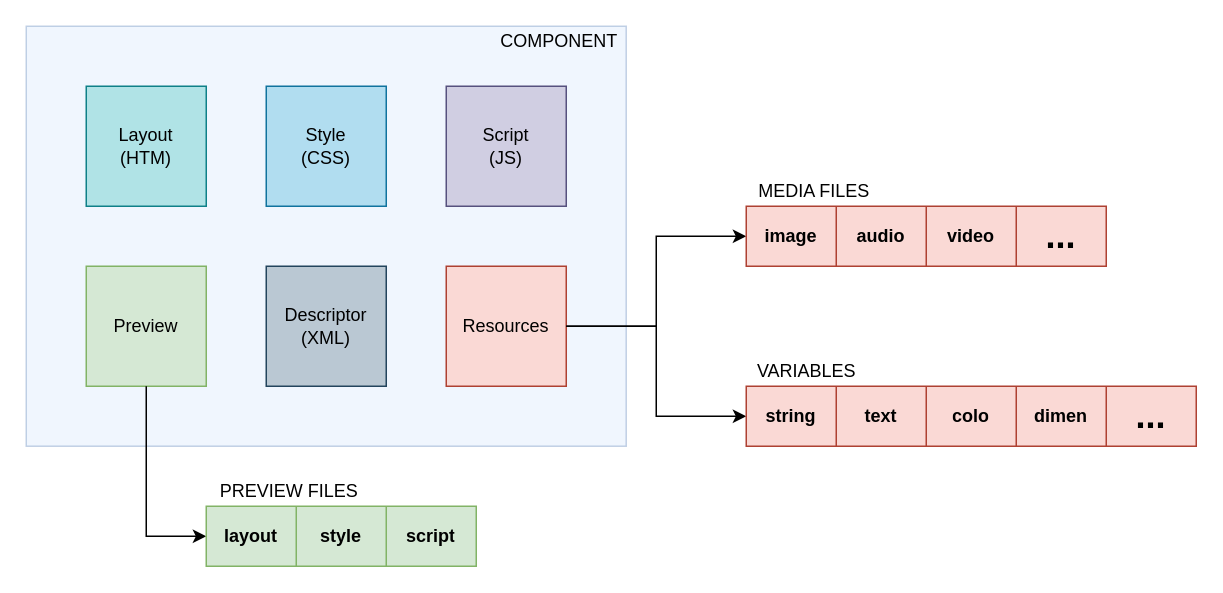
Above: page "Component Structure" (4 of 16) of doc/model/diagrams.drawio in js-lib-com/wood (draw.io), before the change. Source tidied: cells renumbered, new cells numbered last; positions are measured from the earlier drawing's top-left corner, leaving out a move shared by most shapes. Both pictures are drawn from the tidied source at 150%, with x=0, y=0 at pixel (26, 26).
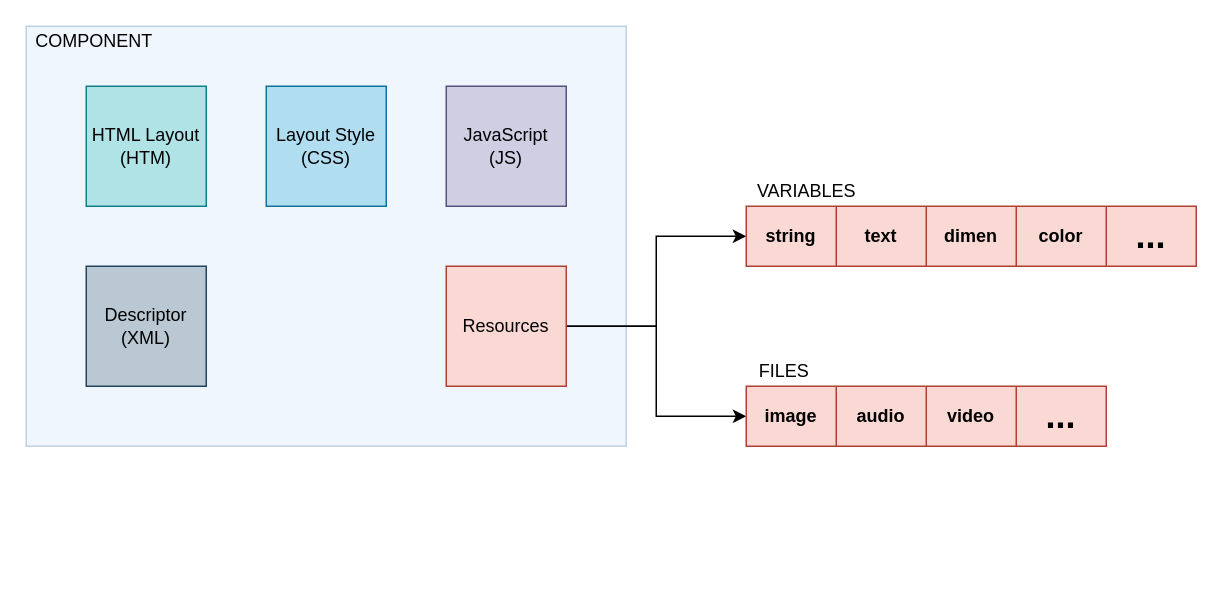
Above is the later version.

The change refers to these unchanged cells:
```xml
<mxCell id="2" style="rounded=0;whiteSpace=wrap;html=1;fontSize=12;opacity=40;fillColor=#dae8fc;strokeColor=#6c8ebf;" parent="1" vertex="1">
  <mxGeometry width="400" height="280" as="geometry" />
</mxCell>
<mxCell id="14" style="shape=partialRectangle;html=1;whiteSpace=wrap;fillColor=none;top=0;left=0;bottom=0;right=0;points=[[0,0.5],[1,0.5]];portConstraint=eastwest;fontStyle=1;" parent="13" vertex="1">
  <mxGeometry width="300" height="40" as="geometry" />
</mxCell>
```

Change to the diagram source:
```diff
@@
+    <mxCell id="10" style="edgeStyle=orthogonalEdgeStyle;rounded=0;jettySize=auto;html=1;entryX=0;entryY=0.5;entryDx=0;entryDy=0;startArrow=none;startFill=0;startSize=10;fontSize=12;exitX=1;exitY=0.5;exitDx=0;exitDy=0;" parent="1" edge="1" source="7" target="24">
+      <mxGeometry relative="1" as="geometry" />
+    </mxCell>
+    <mxCell id="11" style="edgeStyle=orthogonalEdgeStyle;rounded=0;jettySize=auto;html=1;entryX=0;entryY=0.5;entryDx=0;entryDy=0;startArrow=none;startFill=0;startSize=10;fontSize=12;" parent="1" edge="1" source="7" target="14">
+      <mxGeometry relative="1" as="geometry" />
+    </mxCell>
-    <mxCell id="3" value="Layout&lt;br&gt;(HTM)" style="whiteSpace=wrap;html=1;fontSize=12;fillColor=#b0e3e6;strokeColor=#0e8088;" parent="2" vertex="1">
+    <mxCell id="3" value="HTML Layout&lt;br&gt;(HTM)" style="whiteSpace=wrap;html=1;fontSize=12;fillColor=#b0e3e6;strokeColor=#0e8088;" parent="1" vertex="1">
       <mxGeometry x="40" y="40" width="80" height="80" as="geometry" />
     </mxCell>
-    <mxCell id="4" value="Style&lt;br&gt;(CSS)" style="whiteSpace=wrap;html=1;fontSize=12;fillColor=#b1ddf0;strokeColor=#10739e;" parent="2" vertex="1">
+    <mxCell id="4" value="Layout Style&lt;br&gt;(CSS)" style="whiteSpace=wrap;html=1;fontSize=12;fillColor=#b1ddf0;strokeColor=#10739e;" parent="1" vertex="1">
       <mxGeometry x="160" y="40" width="80" height="80" as="geometry" />
     </mxCell>
-    <mxCell id="5" value="Script&lt;br&gt;(JS)" style="whiteSpace=wrap;html=1;fontSize=12;fillColor=#d0cee2;strokeColor=#56517e;" parent="2" vertex="1">
+    <mxCell id="5" value="JavaScript&lt;br&gt;(JS)" style="whiteSpace=wrap;html=1;fontSize=12;fillColor=#d0cee2;strokeColor=#56517e;" parent="1" vertex="1">
       <mxGeometry x="280" y="40" width="80" height="80" as="geometry" />
     </mxCell>
-    <mxCell id="6" value="Descriptor&lt;br&gt;(XML)" style="whiteSpace=wrap;html=1;fontSize=12;fillColor=#bac8d3;strokeColor=#23445d;" parent="2" vertex="1">
-      <mxGeometry x="160" y="160" width="80" height="80" as="geometry" />
+    <mxCell id="6" value="Descriptor&lt;br&gt;(XML)" style="whiteSpace=wrap;html=1;fontSize=12;fillColor=#bac8d3;strokeColor=#23445d;" parent="1" vertex="1">
+      <mxGeometry x="40" y="160" width="80" height="80" as="geometry" />
     </mxCell>
-    <mxCell id="7" value="Resources" style="whiteSpace=wrap;html=1;fontSize=12;fillColor=#fad9d5;strokeColor=#ae4132;" parent="2" vertex="1">
+    <mxCell id="7" value="Resources" style="whiteSpace=wrap;html=1;fontSize=12;fillColor=#fad9d5;strokeColor=#ae4132;" parent="1" vertex="1">
       <mxGeometry x="280" y="160" width="80" height="80" as="geometry" />
     </mxCell>
-    <mxCell id="8" value="COMPONENT" style="text;html=1;align=center;verticalAlign=middle;fontSize=12;" parent="2" vertex="1">
-      <mxGeometry x="310" width="90" height="20" as="geometry" />
+    <mxCell id="8" value="COMPONENT" style="text;html=1;align=center;verticalAlign=middle;fontSize=12;" parent="1" vertex="1">
+      <mxGeometry width="90" height="20" as="geometry" />
     </mxCell>
-    <mxCell id="9" value="Preview" style="whiteSpace=wrap;html=1;fontSize=12;fillColor=#d5e8d4;strokeColor=#82b366;" parent="2" vertex="1">
-      <mxGeometry x="40" y="160" width="80" height="80" as="geometry" />
-    </mxCell>
-    <mxCell id="10" style="edgeStyle=orthogonalEdgeStyle;rounded=0;jettySize=auto;html=1;entryX=0;entryY=0.5;entryDx=0;entryDy=0;startArrow=none;startFill=0;startSize=10;fontSize=12;exitX=1;exitY=0.5;exitDx=0;exitDy=0;" parent="1" edge="1" source="7" target="24">
-      <mxGeometry relative="1" as="geometry" />
-    </mxCell>
-    <mxCell id="11" style="edgeStyle=orthogonalEdgeStyle;rounded=0;jettySize=auto;html=1;entryX=0;entryY=0.5;entryDx=0;entryDy=0;startArrow=none;startFill=0;startSize=10;fontSize=12;" parent="1" edge="1" source="7" target="14">
-      <mxGeometry relative="1" as="geometry" />
-    </mxCell>
-    <mxCell id="12" style="group;" parent="1" vertex="1">
-      <mxGeometry x="480" y="220" width="300" height="60" as="geometry" />
-    </mxCell>
+    <mxCell id="23" style="shape=table;html=1;whiteSpace=wrap;startSize=0;childLayout=tableLayout;rounded=1;fillColor=#fad9d5;strokeColor=#ae4132;fontStyle=1;" parent="1" vertex="1">
+      <mxGeometry x="480" y="240" width="240" height="40" as="geometry" />
+    </mxCell>
+    <mxCell id="24" style="shape=partialRectangle;html=1;whiteSpace=wrap;fillColor=none;top=0;left=0;bottom=0;right=0;points=[[0,0.5],[1,0.5]];portConstraint=eastwest;fontStyle=1;" parent="23" vertex="1">
+      <mxGeometry width="240" height="40" as="geometry" />
+    </mxCell>
+    <mxCell id="25" value="image" style="shape=partialRectangle;html=1;whiteSpace=wrap;overflow=hidden;fillColor=none;top=0;left=0;bottom=0;right=0;fontStyle=1;" parent="24" vertex="1">
+      <mxGeometry width="60" height="40" as="geometry" />
+    </mxCell>
+    <mxCell id="26" value="audio" style="shape=partialRectangle;html=1;whiteSpace=wrap;overflow=hidden;fillColor=none;top=0;left=0;bottom=0;right=0;fontStyle=1;" parent="24" vertex="1">
+      <mxGeometry x="60" width="60" height="40" as="geometry" />
+    </mxCell>
+    <mxCell id="27" value="video" style="shape=partialRectangle;html=1;whiteSpace=wrap;overflow=hidden;fillColor=none;top=0;left=0;bottom=0;right=0;fontStyle=1;" parent="24" vertex="1">
+      <mxGeometry x="120" width="60" height="40" as="geometry" />
+    </mxCell>
+    <mxCell id="28" style="shape=partialRectangle;html=1;whiteSpace=wrap;overflow=hidden;fillColor=none;top=0;left=0;bottom=0;right=0;fontStyle=1;" parent="24" vertex="1">
+      <mxGeometry x="180" width="60" height="40" as="geometry" />
+    </mxCell>
+    <mxCell id="29" value="&lt;font style=&quot;font-size: 24px&quot;&gt;...&lt;/font&gt;" style="shape=partialRectangle;html=1;whiteSpace=wrap;overflow=hidden;fillColor=none;top=0;left=0;bottom=0;right=0;fontStyle=1;" parent="1" vertex="1">
+      <mxGeometry x="660" y="240" width="60" height="40" as="geometry" />
+    </mxCell>
+    <mxCell id="30" value="FILES" style="text;html=1;align=center;verticalAlign=middle;fontSize=12;spacing=0;" parent="1" vertex="1">
+      <mxGeometry x="480" y="220" width="50" height="20" as="geometry" />
+    </mxCell>
-    <mxCell id="13" style="shape=table;html=1;whiteSpace=wrap;startSize=0;childLayout=tableLayout;rounded=1;fillColor=#fad9d5;strokeColor=#ae4132;fontStyle=1;" parent="12" vertex="1">
-      <mxGeometry y="20" width="300" height="40" as="geometry" />
+    <mxCell id="13" style="shape=table;html=1;whiteSpace=wrap;startSize=0;childLayout=tableLayout;rounded=1;fillColor=#fad9d5;strokeColor=#ae4132;fontStyle=1;" parent="1" vertex="1">
+      <mxGeometry x="480" y="120" width="300" height="40" as="geometry" />
     </mxCell>
@@
-    <mxCell id="17" value="colo" style="shape=partialRectangle;html=1;whiteSpace=wrap;overflow=hidden;fillColor=none;top=0;left=0;bottom=0;right=0;fontStyle=1;" parent="14" vertex="1">
+    <mxCell id="17" value="dimen" style="shape=partialRectangle;html=1;whiteSpace=wrap;overflow=hidden;fillColor=none;top=0;left=0;bottom=0;right=0;fontStyle=1;" parent="14" vertex="1">
       <mxGeometry x="120" width="60" height="40" as="geometry" />
     </mxCell>
-    <mxCell id="18" value="dimen" style="shape=partialRectangle;html=1;whiteSpace=wrap;overflow=hidden;fillColor=none;top=0;left=0;bottom=0;right=0;fontStyle=1;" parent="14" vertex="1">
+    <mxCell id="18" value="color" style="shape=partialRectangle;html=1;whiteSpace=wrap;overflow=hidden;fillColor=none;top=0;left=0;bottom=0;right=0;fontStyle=1;" parent="14" vertex="1">
       <mxGeometry x="180" width="60" height="40" as="geometry" />
     </mxCell>
@@
-    <mxCell id="20" value="VARIABLES" style="text;html=1;align=center;verticalAlign=middle;fontSize=12;" parent="12" vertex="1">
-      <mxGeometry width="80" height="20" as="geometry" />
+    <mxCell id="20" value="VARIABLES" style="text;html=1;align=center;verticalAlign=middle;fontSize=12;" parent="1" vertex="1">
+      <mxGeometry x="480" y="100" width="80" height="20" as="geometry" />
     </mxCell>
-    <mxCell id="21" style="group;" parent="1" vertex="1">
-      <mxGeometry x="480" y="100" width="240" height="60" as="geometry" />
-    </mxCell>
-    <mxCell id="22" style="group;" parent="21" vertex="1">
-      <mxGeometry width="240" height="60" as="geometry" />
-    </mxCell>
-    <mxCell id="23" style="shape=table;html=1;whiteSpace=wrap;startSize=0;childLayout=tableLayout;rounded=1;fillColor=#fad9d5;strokeColor=#ae4132;fontStyle=1;" parent="22" vertex="1">
-      <mxGeometry y="20" width="240" height="40" as="geometry" />
-    </mxCell>
-    <mxCell id="24" style="shape=partialRectangle;html=1;whiteSpace=wrap;fillColor=none;top=0;left=0;bottom=0;right=0;points=[[0,0.5],[1,0.5]];portConstraint=eastwest;fontStyle=1;" parent="23" vertex="1">
-      <mxGeometry width="240" height="40" as="geometry" />
-    </mxCell>
-    <mxCell id="25" value="image" style="shape=partialRectangle;html=1;whiteSpace=wrap;overflow=hidden;fillColor=none;top=0;left=0;bottom=0;right=0;fontStyle=1;" parent="24" vertex="1">
-      <mxGeometry width="60" height="40" as="geometry" />
-    </mxCell>
-    <mxCell id="26" value="audio" style="shape=partialRectangle;html=1;whiteSpace=wrap;overflow=hidden;fillColor=none;top=0;left=0;bottom=0;right=0;fontStyle=1;" parent="24" vertex="1">
-      <mxGeometry x="60" width="60" height="40" as="geometry" />
-    </mxCell>
-    <mxCell id="27" value="video" style="shape=partialRectangle;html=1;whiteSpace=wrap;overflow=hidden;fillColor=none;top=0;left=0;bottom=0;right=0;fontStyle=1;" parent="24" vertex="1">
-      <mxGeometry x="120" width="60" height="40" as="geometry" />
-    </mxCell>
-    <mxCell id="28" style="shape=partialRectangle;html=1;whiteSpace=wrap;overflow=hidden;fillColor=none;top=0;left=0;bottom=0;right=0;fontStyle=1;" parent="24" vertex="1">
-      <mxGeometry x="180" width="60" height="40" as="geometry" />
-    </mxCell>
-    <mxCell id="29" value="&lt;font style=&quot;font-size: 24px&quot;&gt;...&lt;/font&gt;" style="shape=partialRectangle;html=1;whiteSpace=wrap;overflow=hidden;fillColor=none;top=0;left=0;bottom=0;right=0;fontStyle=1;" parent="22" vertex="1">
-      <mxGeometry x="180" y="20" width="60" height="40" as="geometry" />
-    </mxCell>
-    <mxCell id="30" value="MEDIA FILES" style="text;html=1;align=center;verticalAlign=middle;fontSize=12;" parent="22" vertex="1">
-      <mxGeometry width="90" height="20" as="geometry" />
-    </mxCell>
-    <mxCell id="31" style="edgeStyle=orthogonalEdgeStyle;rounded=0;jettySize=auto;html=1;startArrow=none;startFill=0;startSize=10;fontSize=12;" parent="1" edge="1" source="9" target="33">
-      <mxGeometry relative="1" as="geometry" />
-    </mxCell>
-    <mxCell id="32" style="shape=table;html=1;whiteSpace=wrap;startSize=0;childLayout=tableLayout;fillColor=#d5e8d4;strokeColor=#82b366;rounded=1;fontStyle=1;" parent="1" vertex="1">
-      <mxGeometry x="120" y="320" width="180" height="40" as="geometry" />
-    </mxCell>
-    <mxCell id="33" style="shape=partialRectangle;html=1;whiteSpace=wrap;fillColor=none;top=0;left=0;bottom=0;right=0;points=[[0,0.5],[1,0.5]];portConstraint=eastwest;fontStyle=1;" parent="32" vertex="1">
-      <mxGeometry width="180" height="40" as="geometry" />
-    </mxCell>
-    <mxCell id="34" value="layout" style="shape=partialRectangle;html=1;whiteSpace=wrap;overflow=hidden;fillColor=none;top=0;left=0;bottom=0;right=0;fontStyle=1;" parent="33" vertex="1">
-      <mxGeometry width="60" height="40" as="geometry" />
-    </mxCell>
-    <mxCell id="35" value="style" style="shape=partialRectangle;html=1;whiteSpace=wrap;overflow=hidden;fillColor=none;top=0;left=0;bottom=0;right=0;fontStyle=1;" parent="33" vertex="1">
-      <mxGeometry x="60" width="60" height="40" as="geometry" />
-    </mxCell>
-    <mxCell id="36" value="script" style="shape=partialRectangle;html=1;whiteSpace=wrap;overflow=hidden;fillColor=none;top=0;left=0;bottom=0;right=0;fontStyle=1;" parent="33" vertex="1">
-      <mxGeometry x="120" width="60" height="40" as="geometry" />
-    </mxCell>
-    <mxCell id="37" value="PREVIEW FILES" style="text;html=1;align=center;verticalAlign=middle;fontSize=12;" parent="1" vertex="1">
-      <mxGeometry x="120" y="300" width="110" height="20" as="geometry" />
-    </mxCell>
```
